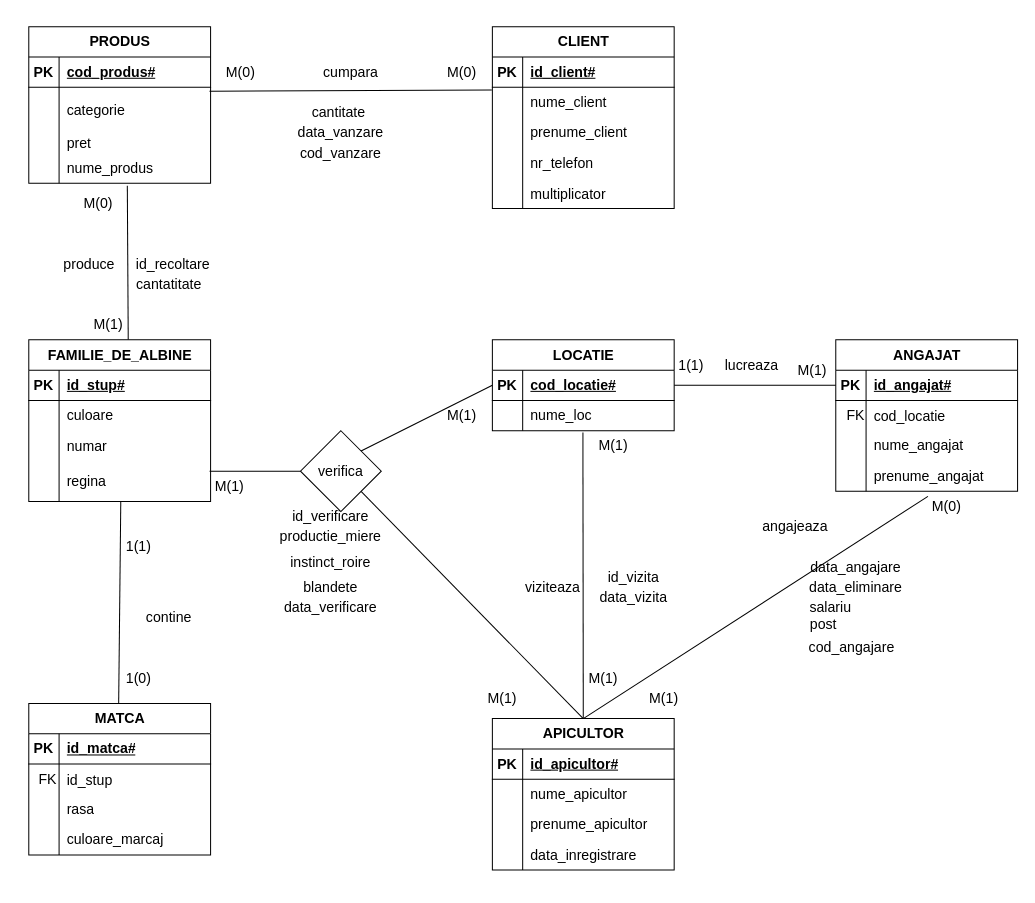
Above: page "Page-1" (1 of 2) of Diagramă fără titlu.drawio in Matoka26/DataBase-Stupina (draw.io), before the change. Source tidied: cells renumbered, new cells numbered last; positions are measured from the earlier drawing's top-left corner, leaving out a move shared by most shapes. Both pictures are drawn from the tidied source at 101%, with x=0, y=0 at pixel (17, 26).
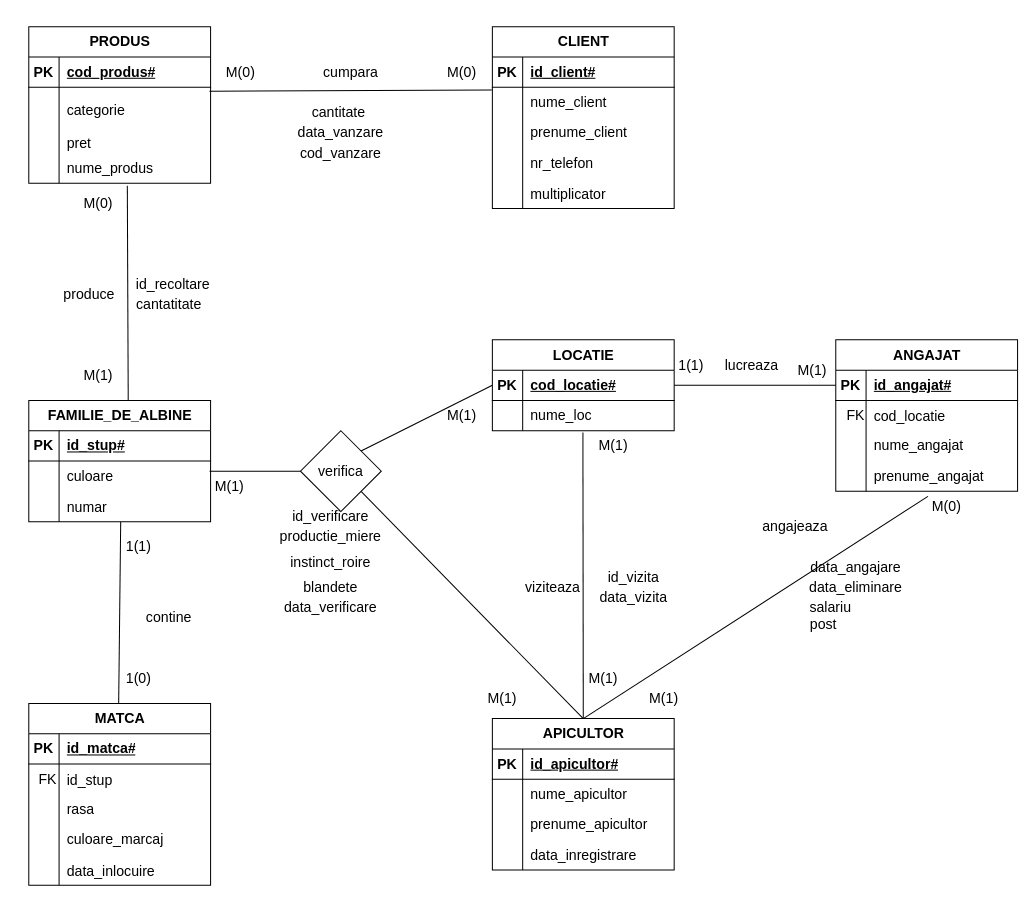
The same diagram, later.

Diff of the diagram source:
```diff
@@
     <mxCell id="35" value="FAMILIE_DE_ALBINE" style="shape=table;startSize=30;childLayout=tableLayout;rowLines=0;fontStyle=1;align=center;html=1;fontSize=14;" parent="1" vertex="1">
-      <mxGeometry x="11" y="310" width="180" height="160" as="geometry" />
+      <mxGeometry x="11" y="370" width="180" height="120" as="geometry" />
     </mxCell>
@@
-    <mxCell id="45" style="shape=tableRow;horizontal=0;startSize=0;swimlaneHead=0;swimlaneBody=0;fillColor=none;points=[[0,0.5],[1,0.5]];portConstraint=eastwest;top=0;left=0;right=0;bottom=0;fontSize=14;" parent="35" vertex="1">
-      <mxGeometry y="120" width="180" height="40" as="geometry" />
-    </mxCell>
-    <mxCell id="46" style="shape=partialRectangle;fillColor=none;top=0;left=0;bottom=0;right=0;overflow=hidden;whiteSpace=wrap;html=1;fontSize=14;" parent="45" vertex="1">
-      <mxGeometry width="30" height="40" as="geometry" />
-    </mxCell>
-    <mxCell id="47" value="regina" style="shape=partialRectangle;fillColor=none;top=0;left=0;bottom=0;right=0;align=left;spacingLeft=6;overflow=hidden;whiteSpace=wrap;html=1;fontSize=14;" parent="45" vertex="1">
-      <mxGeometry x="30" width="150" height="40" as="geometry" />
-    </mxCell>
@@
-    <mxCell id="78" style="endArrow=none;html=1;rounded=0;fontSize=14;startSize=8;endSize=8;curved=1;exitX=0.5;exitY=0;exitDx=0;exitDy=0;entryX=0.506;entryY=1.006;entryDx=0;entryDy=0;entryPerimeter=0;" parent="1" edge="1" target="45">
+    <mxCell id="78" style="endArrow=none;html=1;rounded=0;fontSize=14;startSize=8;endSize=8;curved=1;exitX=0.5;exitY=0;exitDx=0;exitDy=0;" parent="1" edge="1">
       <mxGeometry relative="1" as="geometry">
         <mxPoint x="100" y="670" as="sourcePoint" />
+        <mxPoint x="102" y="490" as="targetPoint" />
       </mxGeometry>
     </mxCell>
@@
     <mxCell id="102" value="&lt;font style=&quot;font-size: 14px;&quot;&gt;MATCA&lt;/font&gt;" style="shape=table;startSize=30;childLayout=tableLayout;rowLines=0;fontStyle=1;align=center;html=1;fontSize=14;" parent="1" vertex="1">
-      <mxGeometry x="11" y="670" width="180" height="150" as="geometry" />
+      <mxGeometry x="11" y="670" width="180" height="180" as="geometry" />
     </mxCell>
@@
+    <mxCell id="142" style="shape=tableRow;horizontal=0;startSize=0;swimlaneHead=0;swimlaneBody=0;fillColor=none;top=0;left=0;right=0;bottom=0;fontSize=16;" parent="102" vertex="1">
+      <mxGeometry y="150" width="180" height="30" as="geometry" />
+    </mxCell>
+    <mxCell id="143" style="shape=partialRectangle;fillColor=none;top=0;left=0;bottom=0;right=0;overflow=hidden;fontSize=16;" parent="142" vertex="1">
+      <mxGeometry width="30" height="30" as="geometry" />
+    </mxCell>
+    <mxCell id="144" value="data_inlocuire" style="shape=partialRectangle;fillColor=none;top=0;left=0;bottom=0;right=0;align=left;spacingLeft=6;overflow=hidden;fontSize=14;" parent="142" vertex="1">
+      <mxGeometry x="30" width="150" height="30" as="geometry" />
+    </mxCell>
@@
     <mxCell id="122" value="produce" style="text;html=1;strokeColor=none;fillColor=none;align=center;verticalAlign=middle;whiteSpace=wrap;rounded=0;fontSize=14;" parent="1" vertex="1">
-      <mxGeometry x="11" y="220" width="120" height="30" as="geometry" />
+      <mxGeometry x="11" y="250" width="120" height="30" as="geometry" />
     </mxCell>
     <mxCell id="123" value="M(1)" style="text;html=1;strokeColor=none;fillColor=none;align=center;verticalAlign=middle;whiteSpace=wrap;rounded=0;fontSize=14;" parent="1" vertex="1">
-      <mxGeometry x="60" y="280" width="60" height="30" as="geometry" />
+      <mxGeometry x="50" y="330" width="60" height="30" as="geometry" />
     </mxCell>
     <mxCell id="124" value="cantatitate" style="text;html=1;strokeColor=none;fillColor=none;align=center;verticalAlign=middle;whiteSpace=wrap;rounded=0;fontSize=14;" parent="1" vertex="1">
-      <mxGeometry x="120" y="240" width="60" height="30" as="geometry" />
+      <mxGeometry x="120" y="260" width="60" height="30" as="geometry" />
     </mxCell>
@@
-    <mxCell id="135" value="cod_angajare" style="text;html=1;strokeColor=none;fillColor=none;align=center;verticalAlign=middle;whiteSpace=wrap;rounded=0;fontSize=14;" parent="1" vertex="1">
-      <mxGeometry x="796" y="600" width="60" height="30" as="geometry" />
-    </mxCell>
     <mxCell id="136" value="id_recoltare" style="text;html=1;strokeColor=none;fillColor=none;align=center;verticalAlign=middle;whiteSpace=wrap;rounded=0;fontSize=14;" parent="1" vertex="1">
-      <mxGeometry x="124" y="220" width="60" height="30" as="geometry" />
+      <mxGeometry x="124" y="240" width="60" height="30" as="geometry" />
     </mxCell>
```
